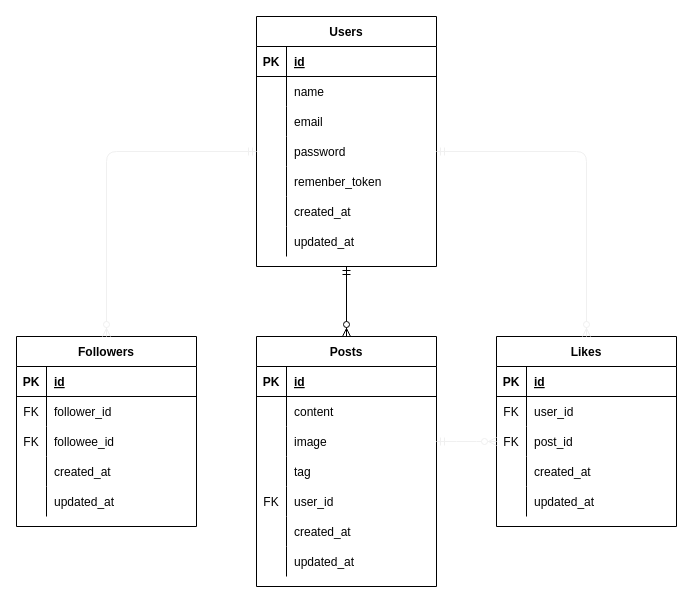
HirokiNakazawa/city-influencer keeps this draw.io diagram as ER.dio. Above is the earlier version. Source tidied: cells renumbered, new cells numbered last; positions are measured from the earlier drawing's top-left corner, leaving out a move shared by most shapes. Both pictures are drawn from the tidied source at 100%, with x=0, y=0 at pixel (16, 16).
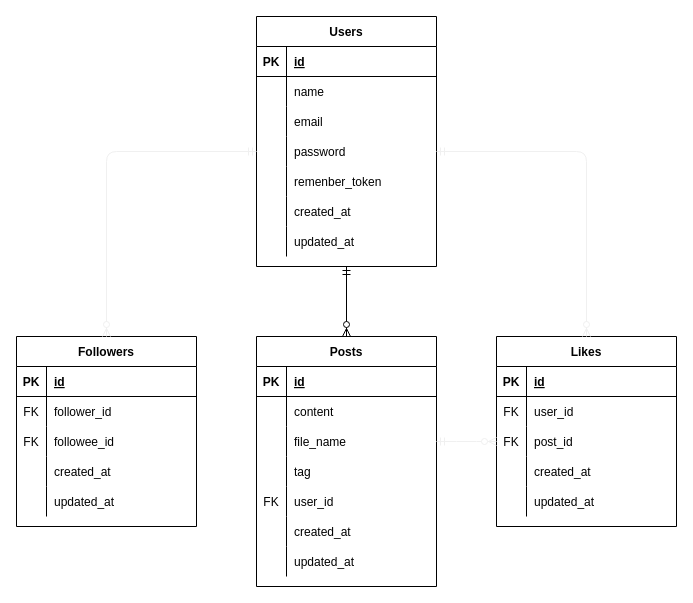
Above is the later version.

Unchanged cells that the change refers to:
```xml
<mxCell id="31" style="shape=partialRectangle;fillColor=none;top=0;left=0;bottom=0;right=0;points=[[0,0.5],[1,0.5]];portConstraint=eastwest;" parent="24" vertex="1">
  <mxGeometry y="90" width="180" height="30" as="geometry" />
</mxCell>
```

Diff of the diagram source:
```diff
@@
-    <mxCell id="33" value="image" style="shape=partialRectangle;fillColor=none;top=0;left=0;bottom=0;right=0;align=left;spacingLeft=6;overflow=hidden;" parent="31" vertex="1">
+    <mxCell id="33" value="file_name" style="shape=partialRectangle;fillColor=none;top=0;left=0;bottom=0;right=0;align=left;spacingLeft=6;overflow=hidden;" parent="31" vertex="1">
       <mxGeometry x="30" width="150" height="30" as="geometry" />
     </mxCell>
```
